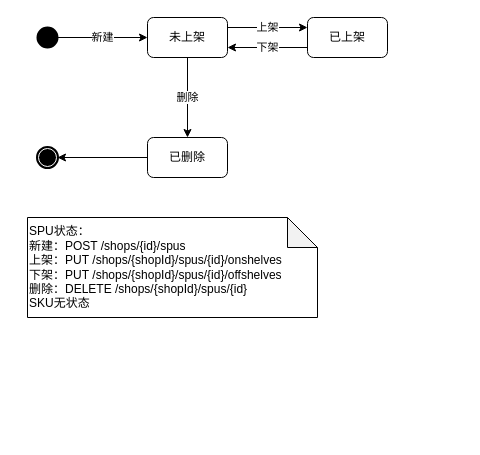
Earlier version of the draw.io diagram OOAD小组作业/商品模块状态设计之商品子模块.drawio (app1echip/grams). Source tidied: cells renumbered, new cells numbered last; positions are measured from the earlier drawing's top-left corner, leaving out a move shared by most shapes. Both pictures are drawn from the tidied source at 100%, with x=0, y=0 at pixel (27, 17).
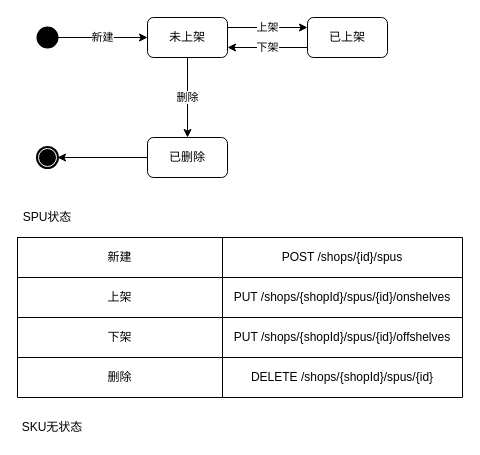
The same page after the edit.

Commit message:
Update 商品模块状态设计之商品子模块.drawio

What changed in the source:
```diff
@@
-    <mxCell id="12" value="SPU状态：&lt;br&gt;新建：POST /shops/{id}/spus&lt;br&gt;上架：&lt;span&gt;PUT&amp;nbsp;&lt;/span&gt;&lt;span&gt;/shops/{shopId}/spus/{id}/onshelves&lt;br&gt;&lt;/span&gt;&lt;span&gt;下架：&lt;/span&gt;&lt;span&gt;PUT&amp;nbsp;&lt;/span&gt;&lt;span&gt;/shops/{shopId}/spus/{id}/offshelves&lt;br&gt;&lt;/span&gt;&lt;span&gt;删除：DELETE /shops/{shopId}/spus/{id}&lt;br&gt;SKU无状态&lt;br&gt;&lt;/span&gt;" style="shape=note;whiteSpace=wrap;html=1;backgroundOutline=1;darkOpacity=0.05;align=left;" parent="1" vertex="1">
-      <mxGeometry y="200" width="290" height="100" as="geometry" />
-    </mxCell>
+    <mxCell id="13" style="shape=table;html=1;whiteSpace=wrap;startSize=0;childLayout=tableLayout;" parent="1" vertex="1">
+      <mxGeometry x="-10" y="220" width="445" height="160" as="geometry" />
+    </mxCell>
+    <mxCell id="14" style="shape=partialRectangle;html=1;whiteSpace=wrap;fillColor=none;top=0;left=0;bottom=0;right=0;" parent="13" vertex="1">
+      <mxGeometry width="445" height="40" as="geometry" />
+    </mxCell>
+    <mxCell id="15" value="新建" style="shape=partialRectangle;html=1;whiteSpace=wrap;overflow=hidden;fillColor=none;top=0;left=0;bottom=0;right=0;" parent="14" vertex="1">
+      <mxGeometry width="205" height="40" as="geometry" />
+    </mxCell>
+    <mxCell id="16" value="POST /shops/{id}/spus" style="shape=partialRectangle;html=1;whiteSpace=wrap;overflow=hidden;fillColor=none;top=0;left=0;bottom=0;right=0;" parent="14" vertex="1">
+      <mxGeometry x="205" width="240" height="40" as="geometry" />
+    </mxCell>
+    <mxCell id="17" style="shape=partialRectangle;html=1;whiteSpace=wrap;fillColor=none;top=0;left=0;bottom=0;right=0;" parent="13" vertex="1">
+      <mxGeometry y="40" width="445" height="40" as="geometry" />
+    </mxCell>
+    <mxCell id="18" value="上架" style="shape=partialRectangle;html=1;whiteSpace=wrap;overflow=hidden;fillColor=none;top=0;left=0;bottom=0;right=0;" parent="17" vertex="1">
+      <mxGeometry width="205" height="40" as="geometry" />
+    </mxCell>
+    <mxCell id="19" value="PUT /shops/{shopId}/spus/{id}/onshelves" style="shape=partialRectangle;html=1;whiteSpace=wrap;overflow=hidden;fillColor=none;top=0;left=0;bottom=0;right=0;" parent="17" vertex="1">
+      <mxGeometry x="205" width="240" height="40" as="geometry" />
+    </mxCell>
+    <mxCell id="20" style="shape=partialRectangle;html=1;whiteSpace=wrap;fillColor=none;top=0;left=0;bottom=0;right=0;" parent="13" vertex="1">
+      <mxGeometry y="80" width="445" height="40" as="geometry" />
+    </mxCell>
+    <mxCell id="21" value="下架" style="shape=partialRectangle;html=1;whiteSpace=wrap;overflow=hidden;fillColor=none;top=0;left=0;bottom=0;right=0;" parent="20" vertex="1">
+      <mxGeometry width="205" height="40" as="geometry" />
+    </mxCell>
+    <mxCell id="22" value="PUT /shops/{shopId}/spus/{id}/offshelves" style="shape=partialRectangle;html=1;whiteSpace=wrap;overflow=hidden;fillColor=none;top=0;left=0;bottom=0;right=0;" parent="20" vertex="1">
+      <mxGeometry x="205" width="240" height="40" as="geometry" />
+    </mxCell>
+    <mxCell id="23" style="shape=partialRectangle;html=1;whiteSpace=wrap;fillColor=none;top=0;left=0;bottom=0;right=0;" parent="13" vertex="1">
+      <mxGeometry y="120" width="445" height="40" as="geometry" />
+    </mxCell>
+    <mxCell id="24" value="删除" style="shape=partialRectangle;html=1;whiteSpace=wrap;overflow=hidden;fillColor=none;top=0;left=0;bottom=0;right=0;" parent="23" vertex="1">
+      <mxGeometry width="205" height="40" as="geometry" />
+    </mxCell>
+    <mxCell id="25" value="DELETE /shops/{shopId}/spus/{id}" style="shape=partialRectangle;html=1;whiteSpace=wrap;overflow=hidden;fillColor=none;top=0;left=0;bottom=0;right=0;" parent="23" vertex="1">
+      <mxGeometry x="205" width="240" height="40" as="geometry" />
+    </mxCell>
+    <mxCell id="26" value="SPU状态" style="text;html=1;strokeColor=none;fillColor=none;align=center;verticalAlign=middle;whiteSpace=wrap;rounded=0;" parent="1" vertex="1">
+      <mxGeometry x="-10" y="190" width="60" height="20" as="geometry" />
+    </mxCell>
+    <mxCell id="27" value="SKU无状态" style="text;html=1;strokeColor=none;fillColor=none;align=center;verticalAlign=middle;whiteSpace=wrap;rounded=0;" parent="1" vertex="1">
+      <mxGeometry x="-10" y="400" width="70" height="20" as="geometry" />
+    </mxCell>
```
